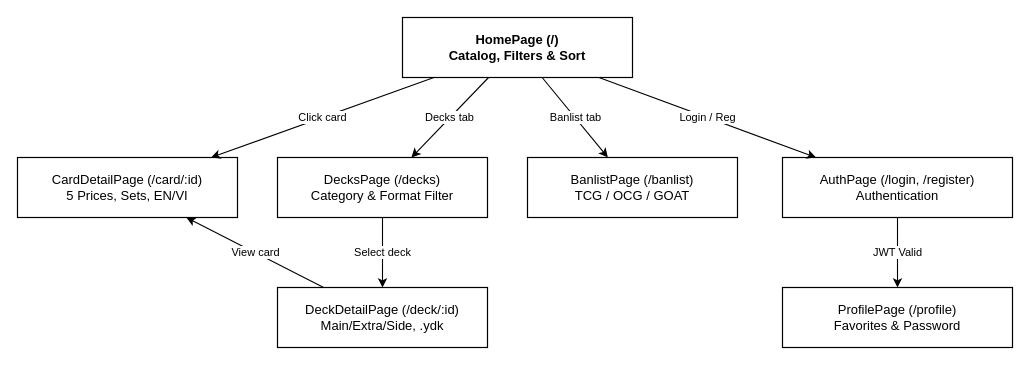
This is page "1.4.1.1 Guest & User Screens Flow" (1 of 2) of Tai lieu/Draw.io/SRS_1_4_Screens_Flow.drawio from minhthanh1806/PROJECT_SDN, a draw.io file, before an edit. Source tidied: cells renumbered, new cells numbered last; positions are measured from the earlier drawing's top-left corner, leaving out a move shared by most shapes. Both pictures are drawn from the tidied source at 100%, with x=0, y=0 at pixel (17, 17).
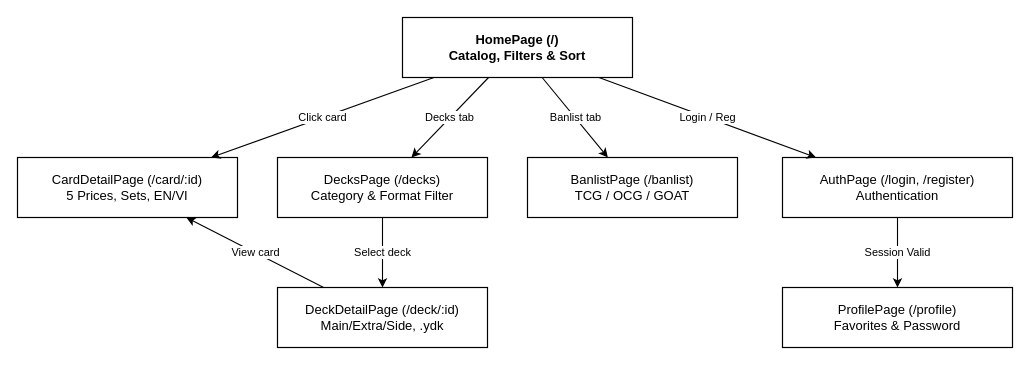
Above is the later version.

Diff of the diagram source:
```diff
@@
 <mxGraphModel>
   <root>
     <mxCell id="0" />
     <mxCell id="1" parent="0" />
     <mxCell id="2" value="HomePage (/)&lt;br&gt;Catalog, Filters &amp; Sort" style="rounded=0;whiteSpace=wrap;html=1;fillColor=#ffffff;strokeColor=#000000;fontColor=#000000;fontSize=13;fontStyle=1;align=center;verticalAlign=middle;strokeWidth=1.2;" parent="1" vertex="1">
       <mxGeometry x="385" width="230" height="60" as="geometry" />
     </mxCell>
     <mxCell id="3" value="CardDetailPage (/card/:id)&lt;br&gt;5 Prices, Sets, EN/VI" style="rounded=0;whiteSpace=wrap;html=1;fillColor=#ffffff;strokeColor=#000000;fontColor=#000000;fontSize=13;align=center;verticalAlign=middle;strokeWidth=1.2;" parent="1" vertex="1">
       <mxGeometry y="140" width="220" height="60" as="geometry" />
     </mxCell>
     <mxCell id="4" value="DecksPage (/decks)&lt;br&gt;Category &amp; Format Filter" style="rounded=0;whiteSpace=wrap;html=1;fillColor=#ffffff;strokeColor=#000000;fontColor=#000000;fontSize=13;align=center;verticalAlign=middle;strokeWidth=1.2;" parent="1" vertex="1">
       <mxGeometry x="260" y="140" width="210" height="60" as="geometry" />
     </mxCell>
     <mxCell id="5" value="BanlistPage (/banlist)&lt;br&gt;TCG / OCG / GOAT" style="rounded=0;whiteSpace=wrap;html=1;fillColor=#ffffff;strokeColor=#000000;fontColor=#000000;fontSize=13;align=center;verticalAlign=middle;strokeWidth=1.2;" parent="1" vertex="1">
       <mxGeometry x="510" y="140" width="210" height="60" as="geometry" />
     </mxCell>
     <mxCell id="6" value="AuthPage (/login, /register)&lt;br&gt;Authentication" style="rounded=0;whiteSpace=wrap;html=1;fillColor=#ffffff;strokeColor=#000000;fontColor=#000000;fontSize=13;align=center;verticalAlign=middle;strokeWidth=1.2;" parent="1" vertex="1">
       <mxGeometry x="765" y="140" width="230" height="60" as="geometry" />
     </mxCell>
     <mxCell id="7" value="DeckDetailPage (/deck/:id)&lt;br&gt;Main/Extra/Side, .ydk" style="rounded=0;whiteSpace=wrap;html=1;fillColor=#ffffff;strokeColor=#000000;fontColor=#000000;fontSize=13;align=center;verticalAlign=middle;strokeWidth=1.2;" parent="1" vertex="1">
       <mxGeometry x="260" y="270" width="210" height="60" as="geometry" />
     </mxCell>
     <mxCell id="8" value="ProfilePage (/profile)&lt;br&gt;Favorites &amp; Password" style="rounded=0;whiteSpace=wrap;html=1;fillColor=#ffffff;strokeColor=#000000;fontColor=#000000;fontSize=13;align=center;verticalAlign=middle;strokeWidth=1.2;" parent="1" vertex="1">
       <mxGeometry x="765" y="270" width="230" height="60" as="geometry" />
     </mxCell>
     <mxCell id="9" value="Click card" style="rounded=0;html=1;endArrow=classic;endFill=1;strokeColor=#000000;fontColor=#000000;fontSize=11;labelBackgroundColor=#ffffff;strokeWidth=1.1;" parent="1" edge="1" source="2" target="3">
       <mxGeometry relative="1" as="geometry" />
     </mxCell>
     <mxCell id="10" value="Decks tab" style="rounded=0;html=1;endArrow=classic;endFill=1;strokeColor=#000000;fontColor=#000000;fontSize=11;labelBackgroundColor=#ffffff;strokeWidth=1.1;" parent="1" edge="1" source="2" target="4">
       <mxGeometry relative="1" as="geometry" />
     </mxCell>
     <mxCell id="11" value="Banlist tab" style="rounded=0;html=1;endArrow=classic;endFill=1;strokeColor=#000000;fontColor=#000000;fontSize=11;labelBackgroundColor=#ffffff;strokeWidth=1.1;" parent="1" edge="1" source="2" target="5">
       <mxGeometry relative="1" as="geometry" />
     </mxCell>
     <mxCell id="12" value="Login / Reg" style="rounded=0;html=1;endArrow=classic;endFill=1;strokeColor=#000000;fontColor=#000000;fontSize=11;labelBackgroundColor=#ffffff;strokeWidth=1.1;" parent="1" edge="1" source="2" target="6">
       <mxGeometry relative="1" as="geometry" />
     </mxCell>
     <mxCell id="13" value="Select deck" style="rounded=0;html=1;endArrow=classic;endFill=1;strokeColor=#000000;fontColor=#000000;fontSize=11;labelBackgroundColor=#ffffff;strokeWidth=1.1;" parent="1" edge="1" source="4" target="7">
       <mxGeometry relative="1" as="geometry" />
     </mxCell>
     <mxCell id="14" value="View card" style="rounded=0;html=1;endArrow=classic;endFill=1;strokeColor=#000000;fontColor=#000000;fontSize=11;labelBackgroundColor=#ffffff;strokeWidth=1.1;" parent="1" edge="1" source="7" target="3">
       <mxGeometry relative="1" as="geometry" />
     </mxCell>
-    <mxCell id="15" value="JWT Valid" style="rounded=0;html=1;endArrow=classic;endFill=1;strokeColor=#000000;fontColor=#000000;fontSize=11;labelBackgroundColor=#ffffff;strokeWidth=1.1;" parent="1" edge="1" source="6" target="8">
+    <mxCell id="15" value="Session Valid" style="rounded=0;html=1;endArrow=classic;endFill=1;strokeColor=#000000;fontColor=#000000;fontSize=11;labelBackgroundColor=#ffffff;strokeWidth=1.1;" parent="1" edge="1" source="6" target="8">
       <mxGeometry relative="1" as="geometry" />
     </mxCell>
   </root>
 </mxGraphModel>
```
